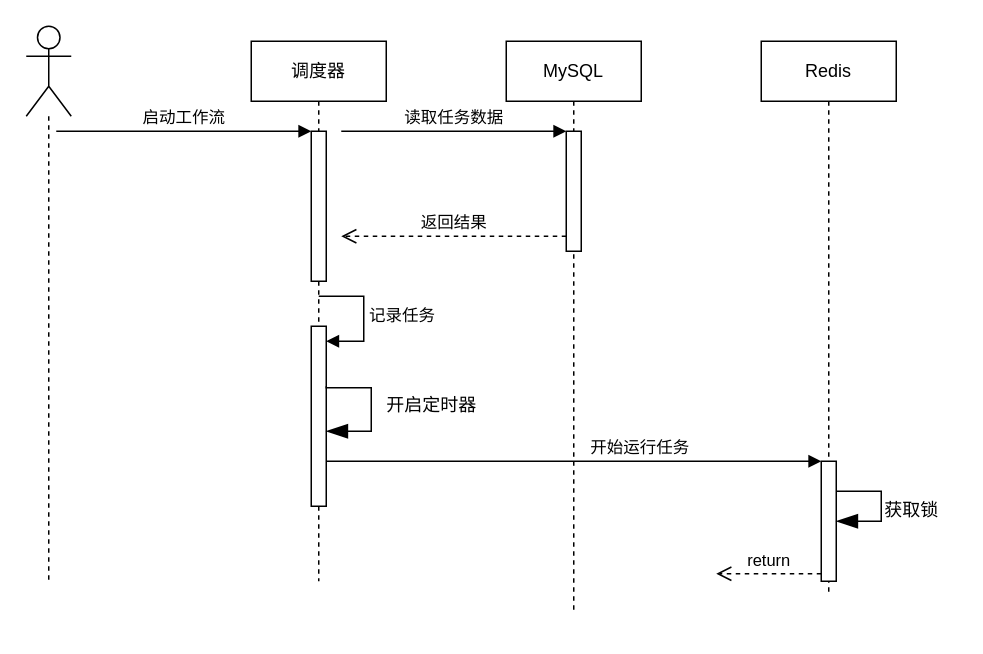
tianshengdiwangK/common keeps this draw.io diagram as 任务调度时序图.drawio. Above is the earlier version. Source tidied: cells renumbered, new cells numbered last; positions are measured from the earlier drawing's top-left corner, leaving out a move shared by most shapes. Both pictures are drawn from the tidied source at 150%, with x=0, y=0 at pixel (26, 26).
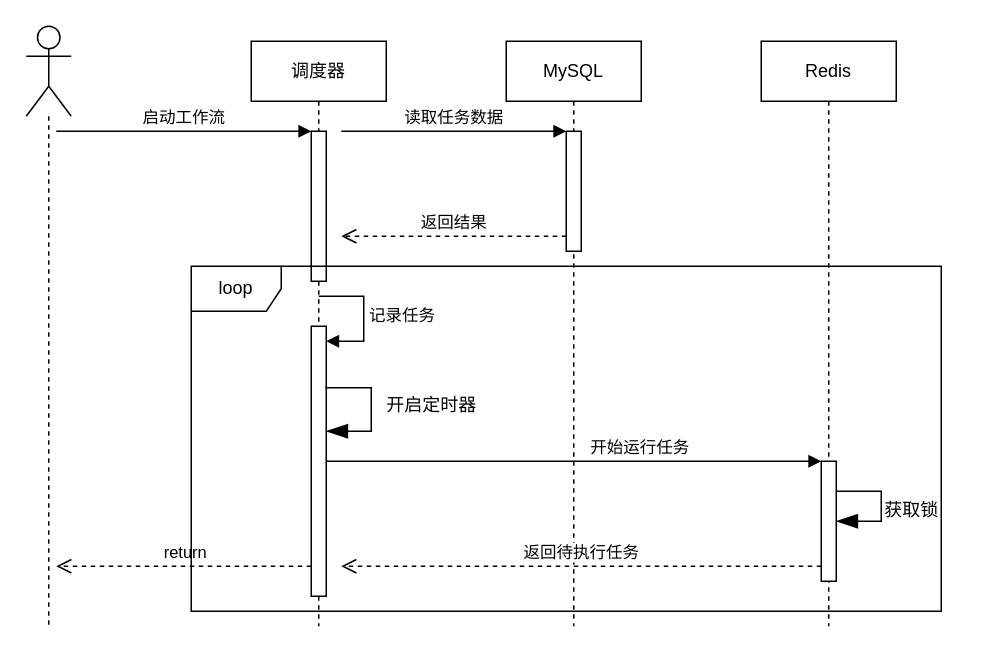
After the change.

Commit message (it also covers changes not shown here):
更新任务调度时序图.drawio

Unchanged cells that the change refers to:
```xml
<mxCell id="3" style="shape=umlActor;verticalLabelPosition=bottom;verticalAlign=top;html=1;outlineConnect=0;" parent="1" vertex="1">
  <mxGeometry width="30" height="60" as="geometry" />
</mxCell>
<mxCell id="5" value="调度器" style="rounded=0;whiteSpace=wrap;html=1;" parent="1" vertex="1">
  <mxGeometry x="150" y="10" width="90" height="40" as="geometry" />
</mxCell>
<mxCell id="7" value="MySQL" style="rounded=0;whiteSpace=wrap;html=1;" parent="1" vertex="1">
  <mxGeometry x="320" y="10" width="90" height="40" as="geometry" />
</mxCell>
<mxCell id="9" value="Redis" style="rounded=0;whiteSpace=wrap;html=1;" parent="1" vertex="1">
  <mxGeometry x="490" y="10" width="90" height="40" as="geometry" />
</mxCell>
<mxCell id="19" style="html=1;points=[];perimeter=orthogonalPerimeter;outlineConnect=0;targetShapes=umlLifeline;portConstraint=eastwest;newEdgeStyle={&quot;edgeStyle&quot;:&quot;elbowEdgeStyle&quot;,&quot;elbow&quot;:&quot;vertical&quot;,&quot;curved&quot;:0,&quot;rounded&quot;:0};" parent="1" vertex="1">
  <mxGeometry x="530" y="290" width="10" height="80" as="geometry" />
</mxCell>
```

What changed in the source:
```diff
@@
     <mxCell id="2" style="edgeStyle=orthogonalEdgeStyle;rounded=0;jettySize=auto;html=1;dashed=1;endArrow=none;endFill=0;" parent="1" edge="1" source="3">
       <mxGeometry relative="1" as="geometry">
-        <mxPoint x="15" y="370" as="targetPoint" />
+        <mxPoint x="15" y="400" as="targetPoint" />
       </mxGeometry>
     </mxCell>
@@
     <mxCell id="4" style="edgeStyle=orthogonalEdgeStyle;rounded=0;jettySize=auto;html=1;dashed=1;endArrow=none;endFill=0;" parent="1" edge="1" source="5">
       <mxGeometry relative="1" as="geometry">
-        <mxPoint x="195" y="370" as="targetPoint" />
+        <mxPoint x="195" y="400" as="targetPoint" />
       </mxGeometry>
     </mxCell>
@@
     <mxCell id="6" style="edgeStyle=orthogonalEdgeStyle;rounded=0;jettySize=auto;html=1;dashed=1;endArrow=none;endFill=0;" parent="1" edge="1" source="7">
       <mxGeometry relative="1" as="geometry">
-        <mxPoint x="365" y="390" as="targetPoint" />
+        <mxPoint x="365" y="400" as="targetPoint" />
       </mxGeometry>
     </mxCell>
@@
     <mxCell id="8" style="edgeStyle=orthogonalEdgeStyle;rounded=0;jettySize=auto;html=1;endArrow=none;endFill=0;dashed=1;" parent="1" edge="1" source="9">
       <mxGeometry relative="1" as="geometry">
-        <mxPoint x="535" y="380" as="targetPoint" />
+        <mxPoint x="535" y="400" as="targetPoint" />
       </mxGeometry>
     </mxCell>
@@
     <mxCell id="15" style="html=1;points=[];perimeter=orthogonalPerimeter;outlineConnect=0;targetShapes=umlLifeline;portConstraint=eastwest;newEdgeStyle={&quot;edgeStyle&quot;:&quot;elbowEdgeStyle&quot;,&quot;elbow&quot;:&quot;vertical&quot;,&quot;curved&quot;:0,&quot;rounded&quot;:0};" parent="1" vertex="1">
-      <mxGeometry x="190" y="200" width="10" height="120" as="geometry" />
+      <mxGeometry x="190" y="200" width="10" height="180" as="geometry" />
     </mxCell>
@@
-    <mxCell id="21" value="return" style="html=1;verticalAlign=bottom;endArrow=open;dashed=1;endSize=8;edgeStyle=elbowEdgeStyle;elbow=vertical;curved=0;rounded=0;" parent="1" edge="1" source="19">
+    <mxCell id="21" value="返回待执行任务" style="html=1;verticalAlign=bottom;endArrow=open;dashed=1;endSize=8;edgeStyle=elbowEdgeStyle;elbow=vertical;curved=0;rounded=0;" parent="1" edge="1" source="19">
       <mxGeometry relative="1" as="geometry">
-        <mxPoint x="460" y="365" as="targetPoint" />
+        <mxPoint x="210" y="360" as="targetPoint" />
       </mxGeometry>
     </mxCell>
@@
+    <mxCell id="24" value="return" style="html=1;verticalAlign=bottom;endArrow=open;dashed=1;endSize=8;edgeStyle=elbowEdgeStyle;elbow=horizontal;curved=0;rounded=0;" parent="1" edge="1">
+      <mxGeometry x="-0.01" relative="1" as="geometry">
+        <mxPoint x="190" y="360" as="sourcePoint" />
+        <mxPoint x="20" y="360" as="targetPoint" />
+      </mxGeometry>
+    </mxCell>
+    <mxCell id="25" value="loop" style="shape=umlFrame;whiteSpace=wrap;html=1;" parent="1" vertex="1">
+      <mxGeometry x="110" y="160" width="500" height="230" as="geometry" />
+    </mxCell>
```
